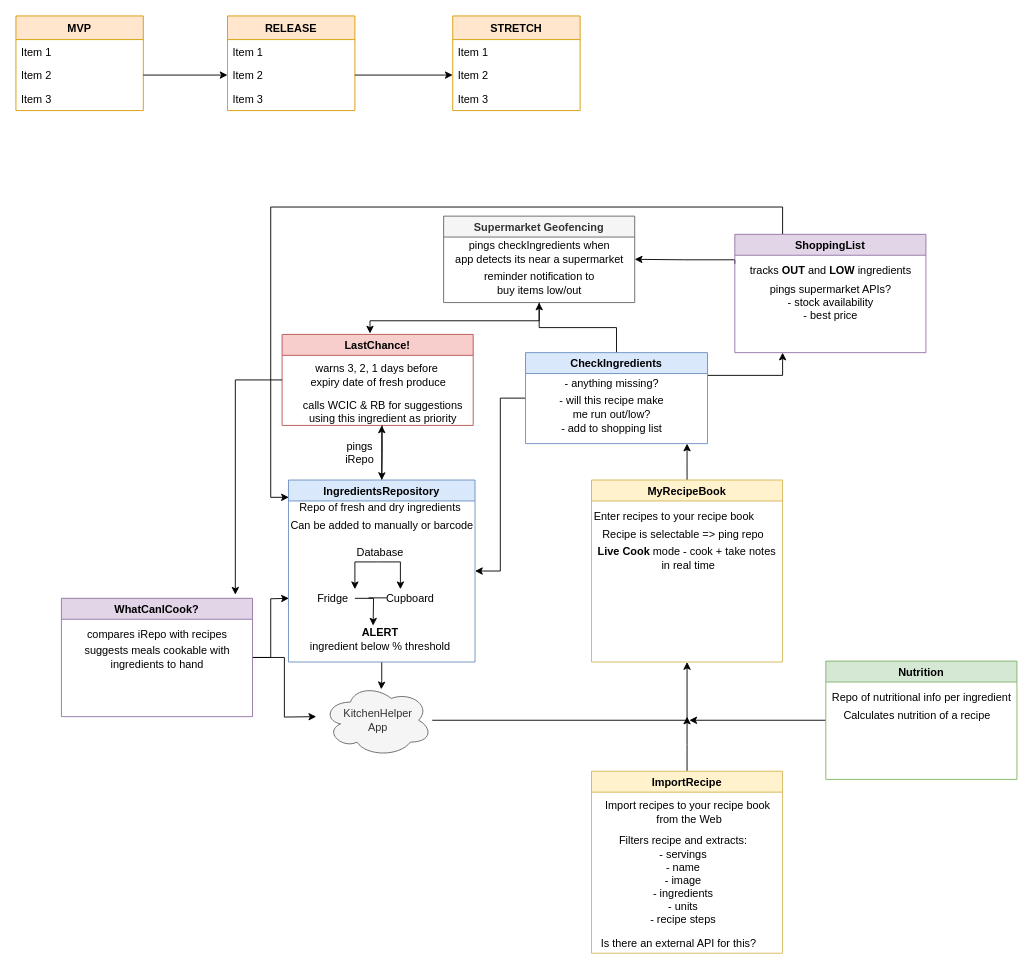
Before: diagrams/kitchenHelperModules.drawio in Aroax/kitchen-helper, a draw.io diagram. Source tidied: cells renumbered, new cells numbered last; positions are measured from the earlier drawing's top-left corner, leaving out a move shared by most shapes. Both pictures are drawn from the tidied source at 91%, with x=0, y=0 at pixel (15, 15).
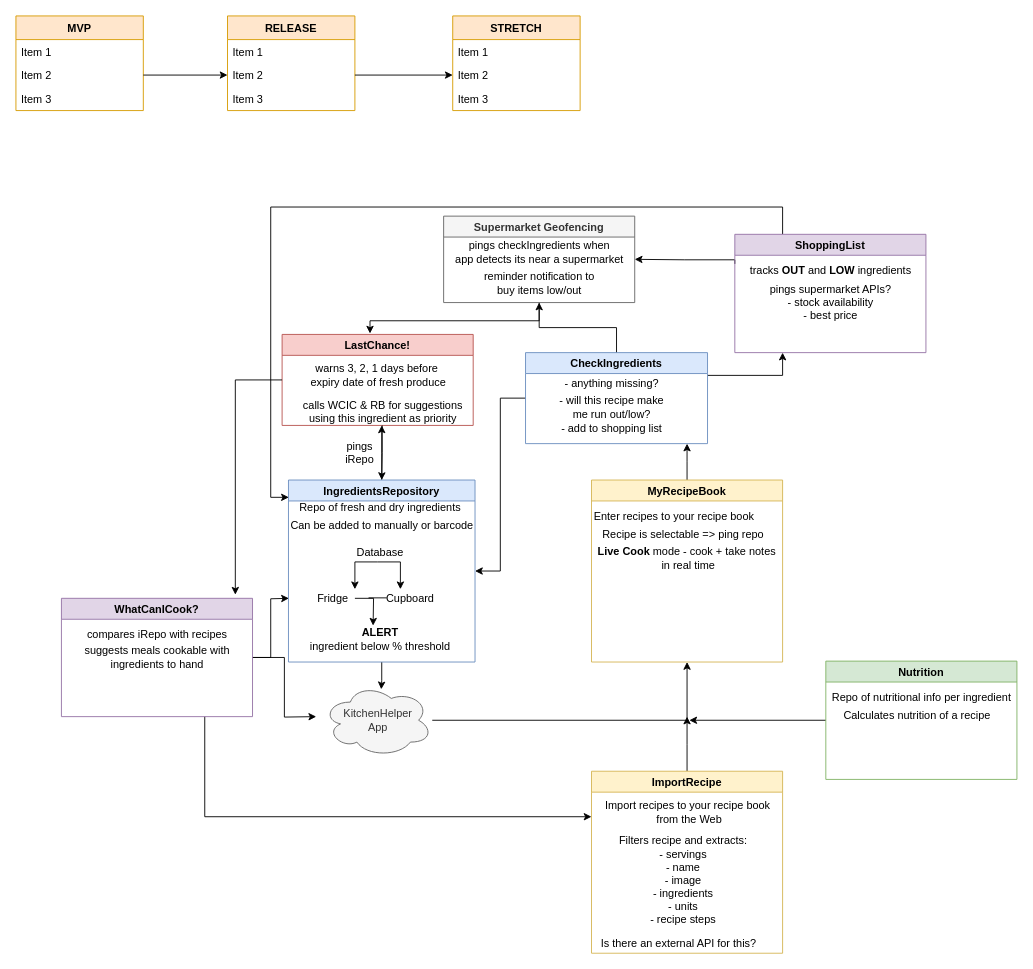
The same page after the edit.

The change refers to these unchanged cells:
```xml
<mxCell id="23" value="ImportRecipe" style="swimlane;fillColor=#fff2cc;strokeColor=#d6b656;" parent="1" vertex="1">
  <mxGeometry x="632.5" y="830" width="210" height="200" as="geometry" />
</mxCell>
<mxCell id="33" value="WhatCanICook?" style="swimlane;fillColor=#e1d5e7;strokeColor=#9673a6;" parent="1" vertex="1">
  <mxGeometry x="50" y="640" width="210" height="130" as="geometry" />
</mxCell>
```

What changed in the source:
```diff
@@
+    <mxCell id="73" style="edgeStyle=orthogonalEdgeStyle;rounded=0;jettySize=auto;html=1;exitX=0.75;exitY=1;exitDx=0;exitDy=0;entryX=0;entryY=0.25;entryDx=0;entryDy=0;" parent="1" edge="1" source="33" target="23">
+      <mxGeometry relative="1" as="geometry" />
+    </mxCell>
```
